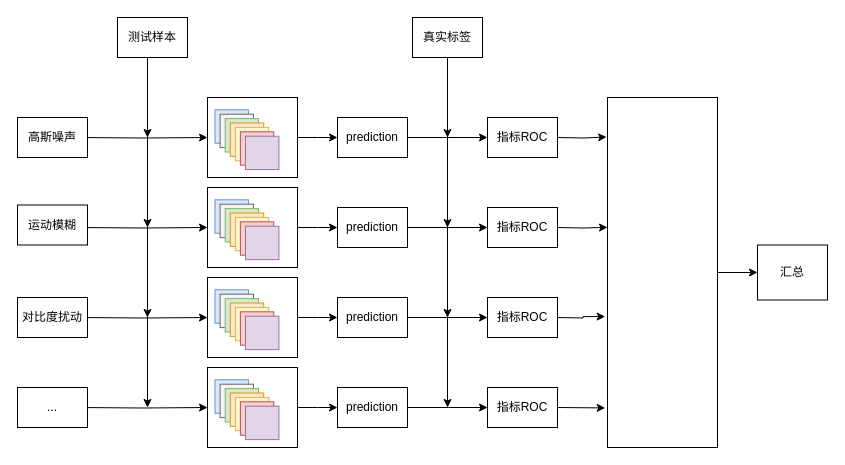
The draw.io diagram page "Page-4" (4 of 7) of draw.io/Untitled Diagram.drawio in Peiiii/notes, before the edit. Source tidied: cells renumbered, new cells numbered last; positions are measured from the earlier drawing's top-left corner, leaving out a move shared by most shapes. Both pictures are drawn from the tidied source at 100%, with x=0, y=0 at pixel (17, 17).
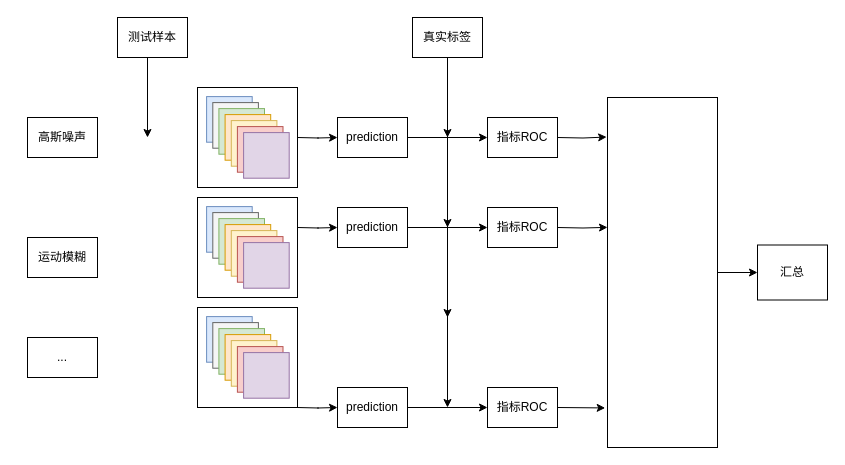
The same diagram, later.

The change refers to these unchanged cells:
```xml
<mxCell id="10" style="group;" parent="1" vertex="1">
  <mxGeometry x="190" y="80" width="350" height="80" as="geometry" />
</mxCell>
<mxCell id="54" style="group;" parent="1" vertex="1">
  <mxGeometry x="190" y="350" width="350" height="80" as="geometry" />
</mxCell>
<mxCell id="70" style="rounded=0;whiteSpace=wrap;html=1;fontSize=48;" parent="1" vertex="1">
  <mxGeometry x="590" y="80" width="110" height="350" as="geometry" />
</mxCell>
```

Change to the diagram source:
```diff
@@
-    <mxCell id="2" style="edgeStyle=orthogonalEdgeStyle;rounded=0;orthogonalLoop=1;jettySize=auto;html=1;exitX=0.5;exitY=1;exitDx=0;exitDy=0;fontSize=48;" parent="1" edge="1">
-      <mxGeometry relative="1" as="geometry">
-        <mxPoint x="130" y="40" as="sourcePoint" />
-        <mxPoint x="130" y="390" as="targetPoint" />
-      </mxGeometry>
-    </mxCell>
@@
-    <mxCell id="4" style="edgeStyle=orthogonalEdgeStyle;rounded=0;orthogonalLoop=1;jettySize=auto;html=1;exitX=0.5;exitY=1;exitDx=0;exitDy=0;fontSize=48;" parent="1" edge="1">
-      <mxGeometry relative="1" as="geometry">
-        <mxPoint x="130" y="40" as="sourcePoint" />
-        <mxPoint x="130" y="210" as="targetPoint" />
-      </mxGeometry>
-    </mxCell>
-    <mxCell id="5" style="edgeStyle=orthogonalEdgeStyle;rounded=0;orthogonalLoop=1;jettySize=auto;html=1;exitX=0.5;exitY=1;exitDx=0;exitDy=0;fontSize=48;" parent="1" edge="1">
-      <mxGeometry relative="1" as="geometry">
-        <mxPoint x="130" y="40" as="sourcePoint" />
-        <mxPoint x="130" y="300" as="targetPoint" />
-      </mxGeometry>
-    </mxCell>
-    <mxCell id="6" style="edgeStyle=orthogonalEdgeStyle;rounded=0;jettySize=auto;html=1;exitX=1;exitY=0.5;exitDx=0;exitDy=0;entryX=0;entryY=0.5;entryDx=0;entryDy=0;fontSize=48;" parent="1" edge="1" target="13">
-      <mxGeometry relative="1" as="geometry">
-        <mxPoint x="60" y="120" as="sourcePoint" />
-      </mxGeometry>
-    </mxCell>
-    <mxCell id="7" style="edgeStyle=orthogonalEdgeStyle;rounded=0;jettySize=auto;html=1;exitX=1;exitY=0.5;exitDx=0;exitDy=0;entryX=0;entryY=0.5;entryDx=0;entryDy=0;fontSize=48;" parent="1" edge="1" target="43">
-      <mxGeometry relative="1" as="geometry">
-        <mxPoint x="60" y="300" as="sourcePoint" />
-      </mxGeometry>
-    </mxCell>
-    <mxCell id="8" style="edgeStyle=orthogonalEdgeStyle;rounded=0;jettySize=auto;html=1;exitX=1;exitY=0.5;exitDx=0;exitDy=0;entryX=0;entryY=0.5;entryDx=0;entryDy=0;fontSize=48;" parent="1" edge="1" target="28">
-      <mxGeometry relative="1" as="geometry">
-        <mxPoint x="60" y="210" as="sourcePoint" />
-      </mxGeometry>
-    </mxCell>
-    <mxCell id="9" style="edgeStyle=orthogonalEdgeStyle;rounded=0;jettySize=auto;html=1;exitX=1;exitY=0.5;exitDx=0;exitDy=0;entryX=0;entryY=0.5;entryDx=0;entryDy=0;fontSize=48;" parent="1" edge="1" target="57">
-      <mxGeometry relative="1" as="geometry">
-        <mxPoint x="60" y="390" as="sourcePoint" />
-      </mxGeometry>
-    </mxCell>
@@
-    <mxCell id="12" style="group;" parent="10" vertex="1">
-      <mxGeometry width="90" height="80" as="geometry" />
-    </mxCell>
-    <mxCell id="13" style="rounded=0;whiteSpace=wrap;html=1;fontSize=48;" parent="12" vertex="1">
-      <mxGeometry width="90" height="80" as="geometry" />
-    </mxCell>
-    <mxCell id="14" style="group;" parent="12" vertex="1">
-      <mxGeometry x="7.5" y="12.3" width="71.2" height="61.5" as="geometry" />
-    </mxCell>
-    <mxCell id="15" style="whiteSpace=wrap;html=1;fontSize=48;fillColor=#dae8fc;strokeColor=#6c8ebf;" parent="14" vertex="1">
-      <mxGeometry width="33.4" height="33.4" as="geometry" />
-    </mxCell>
-    <mxCell id="16" style="whiteSpace=wrap;html=1;fontSize=48;fillColor=#f5f5f5;strokeColor=#666666;fontColor=#333333;" parent="14" vertex="1">
-      <mxGeometry x="5.1" y="4.4" width="33.4" height="33.4" as="geometry" />
-    </mxCell>
-    <mxCell id="17" style="whiteSpace=wrap;html=1;fontSize=48;fillColor=#d5e8d4;strokeColor=#82b366;" parent="14" vertex="1">
-      <mxGeometry x="10.2" y="8.8" width="33.4" height="33.4" as="geometry" />
-    </mxCell>
-    <mxCell id="18" style="whiteSpace=wrap;html=1;fontSize=48;fillColor=#ffe6cc;strokeColor=#d79b00;" parent="14" vertex="1">
-      <mxGeometry x="15.3" y="13.2" width="33.4" height="33.4" as="geometry" />
-    </mxCell>
-    <mxCell id="19" style="whiteSpace=wrap;html=1;fontSize=48;fillColor=#fff2cc;strokeColor=#d6b656;" parent="14" vertex="1">
-      <mxGeometry x="20.4" y="17.6" width="33.4" height="33.4" as="geometry" />
-    </mxCell>
-    <mxCell id="20" style="whiteSpace=wrap;html=1;fontSize=48;fillColor=#f8cecc;strokeColor=#b85450;" parent="14" vertex="1">
-      <mxGeometry x="25.4" y="22" width="33.4" height="33.4" as="geometry" />
-    </mxCell>
-    <mxCell id="21" style="whiteSpace=wrap;html=1;fontSize=48;fillColor=#e1d5e7;strokeColor=#9673a6;" parent="14" vertex="1">
-      <mxGeometry x="30.5" y="26.4" width="33.4" height="33.4" as="geometry" />
-    </mxCell>
-    <mxCell id="22" style="edgeStyle=orthogonalEdgeStyle;rounded=0;jettySize=auto;html=1;exitX=1;exitY=0.5;exitDx=0;exitDy=0;entryX=0;entryY=0.5;entryDx=0;entryDy=0;fontSize=48;" parent="10" edge="1" source="13">
+    <mxCell id="22" style="edgeStyle=orthogonalEdgeStyle;rounded=0;orthogonalLoop=1;jettySize=auto;html=1;exitX=1;exitY=0.5;exitDx=0;exitDy=0;entryX=0;entryY=0.5;entryDx=0;entryDy=0;fontSize=48;" parent="10" edge="1">
       <mxGeometry relative="1" as="geometry">
+        <mxPoint x="90" y="40" as="sourcePoint" />
         <mxPoint x="130" y="40" as="targetPoint" />
       </mxGeometry>
     </mxCell>
@@
     <mxCell id="25" style="group;" parent="1" vertex="1">
-      <mxGeometry x="190" y="170" width="350" height="80" as="geometry" />
+      <mxGeometry x="190" y="170" width="350" height="110" as="geometry" />
     </mxCell>
@@
-    <mxCell id="27" style="group;" parent="25" vertex="1">
-      <mxGeometry width="90" height="80" as="geometry" />
-    </mxCell>
-    <mxCell id="28" style="rounded=0;whiteSpace=wrap;html=1;fontSize=48;" parent="27" vertex="1">
-      <mxGeometry width="90" height="80" as="geometry" />
-    </mxCell>
-    <mxCell id="29" style="group;" parent="27" vertex="1">
-      <mxGeometry x="7.5" y="12.3" width="71.2" height="61.5" as="geometry" />
-    </mxCell>
-    <mxCell id="30" style="whiteSpace=wrap;html=1;fontSize=48;fillColor=#dae8fc;strokeColor=#6c8ebf;" parent="29" vertex="1">
-      <mxGeometry width="33.4" height="33.4" as="geometry" />
-    </mxCell>
-    <mxCell id="31" style="whiteSpace=wrap;html=1;fontSize=48;fillColor=#f5f5f5;strokeColor=#666666;fontColor=#333333;" parent="29" vertex="1">
-      <mxGeometry x="5.1" y="4.4" width="33.4" height="33.4" as="geometry" />
-    </mxCell>
-    <mxCell id="32" style="whiteSpace=wrap;html=1;fontSize=48;fillColor=#d5e8d4;strokeColor=#82b366;" parent="29" vertex="1">
-      <mxGeometry x="10.2" y="8.8" width="33.4" height="33.4" as="geometry" />
-    </mxCell>
-    <mxCell id="33" style="whiteSpace=wrap;html=1;fontSize=48;fillColor=#ffe6cc;strokeColor=#d79b00;" parent="29" vertex="1">
-      <mxGeometry x="15.3" y="13.2" width="33.4" height="33.4" as="geometry" />
-    </mxCell>
-    <mxCell id="34" style="whiteSpace=wrap;html=1;fontSize=48;fillColor=#fff2cc;strokeColor=#d6b656;" parent="29" vertex="1">
-      <mxGeometry x="20.4" y="17.6" width="33.4" height="33.4" as="geometry" />
-    </mxCell>
-    <mxCell id="35" style="whiteSpace=wrap;html=1;fontSize=48;fillColor=#f8cecc;strokeColor=#b85450;" parent="29" vertex="1">
-      <mxGeometry x="25.4" y="22" width="33.4" height="33.4" as="geometry" />
-    </mxCell>
-    <mxCell id="36" style="whiteSpace=wrap;html=1;fontSize=48;fillColor=#e1d5e7;strokeColor=#9673a6;" parent="29" vertex="1">
-      <mxGeometry x="30.5" y="26.4" width="33.4" height="33.4" as="geometry" />
-    </mxCell>
-    <mxCell id="37" style="edgeStyle=orthogonalEdgeStyle;rounded=0;jettySize=auto;html=1;exitX=1;exitY=0.5;exitDx=0;exitDy=0;entryX=0;entryY=0.5;entryDx=0;entryDy=0;fontSize=48;" parent="25" edge="1" source="28">
+    <mxCell id="37" style="edgeStyle=orthogonalEdgeStyle;rounded=0;orthogonalLoop=1;jettySize=auto;html=1;exitX=1;exitY=0.5;exitDx=0;exitDy=0;entryX=0;entryY=0.5;entryDx=0;entryDy=0;fontSize=48;" parent="25" edge="1">
       <mxGeometry relative="1" as="geometry">
+        <mxPoint x="90" y="40" as="sourcePoint" />
         <mxPoint x="130" y="40" as="targetPoint" />
       </mxGeometry>
     </mxCell>
@@
-    <mxCell id="40" style="group;" parent="1" vertex="1">
-      <mxGeometry x="190" y="260" width="300" height="80" as="geometry" />
-    </mxCell>
-    <mxCell id="41" style="edgeStyle=orthogonalEdgeStyle;rounded=0;orthogonalLoop=1;jettySize=auto;html=1;fontSize=48;" parent="40" edge="1">
-      <mxGeometry relative="1" as="geometry">
-        <mxPoint x="200" y="40" as="sourcePoint" />
-        <mxPoint x="280" y="40" as="targetPoint" />
-      </mxGeometry>
-    </mxCell>
-    <mxCell id="42" style="group;" parent="40" vertex="1">
-      <mxGeometry width="90" height="80" as="geometry" />
-    </mxCell>
-    <mxCell id="43" style="rounded=0;whiteSpace=wrap;html=1;fontSize=48;" parent="42" vertex="1">
-      <mxGeometry width="90" height="80" as="geometry" />
-    </mxCell>
-    <mxCell id="44" style="group;" parent="42" vertex="1">
-      <mxGeometry x="7.5" y="12.3" width="71.2" height="61.5" as="geometry" />
-    </mxCell>
-    <mxCell id="45" style="whiteSpace=wrap;html=1;fontSize=48;fillColor=#dae8fc;strokeColor=#6c8ebf;" parent="44" vertex="1">
-      <mxGeometry width="33.4" height="33.4" as="geometry" />
-    </mxCell>
-    <mxCell id="46" style="whiteSpace=wrap;html=1;fontSize=48;fillColor=#f5f5f5;strokeColor=#666666;fontColor=#333333;" parent="44" vertex="1">
-      <mxGeometry x="5.1" y="4.4" width="33.4" height="33.4" as="geometry" />
-    </mxCell>
-    <mxCell id="47" style="whiteSpace=wrap;html=1;fontSize=48;fillColor=#d5e8d4;strokeColor=#82b366;" parent="44" vertex="1">
-      <mxGeometry x="10.2" y="8.8" width="33.4" height="33.4" as="geometry" />
-    </mxCell>
-    <mxCell id="48" style="whiteSpace=wrap;html=1;fontSize=48;fillColor=#ffe6cc;strokeColor=#d79b00;" parent="44" vertex="1">
-      <mxGeometry x="15.3" y="13.2" width="33.4" height="33.4" as="geometry" />
-    </mxCell>
-    <mxCell id="49" style="whiteSpace=wrap;html=1;fontSize=48;fillColor=#fff2cc;strokeColor=#d6b656;" parent="44" vertex="1">
-      <mxGeometry x="20.4" y="17.6" width="33.4" height="33.4" as="geometry" />
-    </mxCell>
-    <mxCell id="50" style="whiteSpace=wrap;html=1;fontSize=48;fillColor=#f8cecc;strokeColor=#b85450;" parent="44" vertex="1">
-      <mxGeometry x="25.4" y="22" width="33.4" height="33.4" as="geometry" />
-    </mxCell>
-    <mxCell id="51" style="whiteSpace=wrap;html=1;fontSize=48;fillColor=#e1d5e7;strokeColor=#9673a6;" parent="44" vertex="1">
-      <mxGeometry x="30.5" y="26.4" width="33.4" height="33.4" as="geometry" />
-    </mxCell>
-    <mxCell id="52" style="edgeStyle=orthogonalEdgeStyle;rounded=0;jettySize=auto;html=1;exitX=1;exitY=0.5;exitDx=0;exitDy=0;entryX=0;entryY=0.5;entryDx=0;entryDy=0;fontSize=48;" parent="40" edge="1" source="43">
-      <mxGeometry relative="1" as="geometry">
-        <mxPoint x="130" y="40" as="targetPoint" />
-      </mxGeometry>
-    </mxCell>
-    <mxCell id="53" value="prediction" style="rounded=0;whiteSpace=wrap;html=1;" parent="40" vertex="1">
-      <mxGeometry x="130" y="20" width="70" height="40" as="geometry" />
-    </mxCell>
+    <mxCell id="88" style="group;" parent="25" vertex="1">
+      <mxGeometry x="-10" y="10" width="100" height="100" as="geometry" />
+    </mxCell>
+    <mxCell id="89" style="rounded=0;whiteSpace=wrap;html=1;fontSize=48;" parent="88" vertex="1">
+      <mxGeometry width="100" height="100" as="geometry" />
+    </mxCell>
+    <mxCell id="90" style="group;" parent="88" vertex="1">
+      <mxGeometry x="9.1" y="9.1" width="86.4" height="83.9" as="geometry" />
+    </mxCell>
+    <mxCell id="91" style="whiteSpace=wrap;html=1;fontSize=48;fillColor=#dae8fc;strokeColor=#6c8ebf;" parent="90" vertex="1">
+      <mxGeometry width="45.6" height="45.6" as="geometry" />
+    </mxCell>
+    <mxCell id="92" style="whiteSpace=wrap;html=1;fontSize=48;fillColor=#f5f5f5;strokeColor=#666666;fontColor=#333333;" parent="90" vertex="1">
+      <mxGeometry x="6.2" y="6" width="45.6" height="45.6" as="geometry" />
+    </mxCell>
+    <mxCell id="93" style="whiteSpace=wrap;html=1;fontSize=48;fillColor=#d5e8d4;strokeColor=#82b366;" parent="90" vertex="1">
+      <mxGeometry x="12.3" y="12" width="45.6" height="45.6" as="geometry" />
+    </mxCell>
+    <mxCell id="94" style="whiteSpace=wrap;html=1;fontSize=48;fillColor=#ffe6cc;strokeColor=#d79b00;" parent="90" vertex="1">
+      <mxGeometry x="18.5" y="18" width="45.6" height="45.6" as="geometry" />
+    </mxCell>
+    <mxCell id="95" style="whiteSpace=wrap;html=1;fontSize=48;fillColor=#fff2cc;strokeColor=#d6b656;" parent="90" vertex="1">
+      <mxGeometry x="24.7" y="24" width="45.6" height="45.6" as="geometry" />
+    </mxCell>
+    <mxCell id="96" style="whiteSpace=wrap;html=1;fontSize=48;fillColor=#f8cecc;strokeColor=#b85450;" parent="90" vertex="1">
+      <mxGeometry x="30.8" y="30" width="45.6" height="45.6" as="geometry" />
+    </mxCell>
+    <mxCell id="97" style="whiteSpace=wrap;html=1;fontSize=48;fillColor=#e1d5e7;strokeColor=#9673a6;" parent="90" vertex="1">
+      <mxGeometry x="37" y="36" width="45.6" height="45.6" as="geometry" />
+    </mxCell>
@@
-    <mxCell id="56" style="group;" parent="54" vertex="1">
-      <mxGeometry width="90" height="80" as="geometry" />
-    </mxCell>
-    <mxCell id="57" style="rounded=0;whiteSpace=wrap;html=1;fontSize=48;" parent="56" vertex="1">
-      <mxGeometry width="90" height="80" as="geometry" />
-    </mxCell>
-    <mxCell id="58" style="group;" parent="56" vertex="1">
-      <mxGeometry x="7.5" y="12.3" width="71.2" height="61.5" as="geometry" />
-    </mxCell>
-    <mxCell id="59" style="whiteSpace=wrap;html=1;fontSize=48;fillColor=#dae8fc;strokeColor=#6c8ebf;" parent="58" vertex="1">
-      <mxGeometry width="33.4" height="33.4" as="geometry" />
-    </mxCell>
-    <mxCell id="60" style="whiteSpace=wrap;html=1;fontSize=48;fillColor=#f5f5f5;strokeColor=#666666;fontColor=#333333;" parent="58" vertex="1">
-      <mxGeometry x="5.1" y="4.4" width="33.4" height="33.4" as="geometry" />
-    </mxCell>
-    <mxCell id="61" style="whiteSpace=wrap;html=1;fontSize=48;fillColor=#d5e8d4;strokeColor=#82b366;" parent="58" vertex="1">
-      <mxGeometry x="10.2" y="8.8" width="33.4" height="33.4" as="geometry" />
-    </mxCell>
-    <mxCell id="62" style="whiteSpace=wrap;html=1;fontSize=48;fillColor=#ffe6cc;strokeColor=#d79b00;" parent="58" vertex="1">
-      <mxGeometry x="15.3" y="13.2" width="33.4" height="33.4" as="geometry" />
-    </mxCell>
-    <mxCell id="63" style="whiteSpace=wrap;html=1;fontSize=48;fillColor=#fff2cc;strokeColor=#d6b656;" parent="58" vertex="1">
-      <mxGeometry x="20.4" y="17.6" width="33.4" height="33.4" as="geometry" />
-    </mxCell>
-    <mxCell id="64" style="whiteSpace=wrap;html=1;fontSize=48;fillColor=#f8cecc;strokeColor=#b85450;" parent="58" vertex="1">
-      <mxGeometry x="25.4" y="22" width="33.4" height="33.4" as="geometry" />
-    </mxCell>
-    <mxCell id="65" style="whiteSpace=wrap;html=1;fontSize=48;fillColor=#e1d5e7;strokeColor=#9673a6;" parent="58" vertex="1">
-      <mxGeometry x="30.5" y="26.4" width="33.4" height="33.4" as="geometry" />
-    </mxCell>
-    <mxCell id="66" style="edgeStyle=orthogonalEdgeStyle;rounded=0;jettySize=auto;html=1;exitX=1;exitY=0.5;exitDx=0;exitDy=0;entryX=0;entryY=0.5;entryDx=0;entryDy=0;fontSize=48;" parent="54" edge="1" source="57">
+    <mxCell id="66" style="edgeStyle=orthogonalEdgeStyle;rounded=0;orthogonalLoop=1;jettySize=auto;html=1;exitX=1;exitY=0.5;exitDx=0;exitDy=0;entryX=0;entryY=0.5;entryDx=0;entryDy=0;fontSize=48;" parent="54" edge="1">
       <mxGeometry relative="1" as="geometry">
+        <mxPoint x="90" y="40" as="sourcePoint" />
         <mxPoint x="130" y="40" as="targetPoint" />
       </mxGeometry>
     </mxCell>
@@
-    <mxCell id="73" style="edgeStyle=orthogonalEdgeStyle;rounded=0;jettySize=auto;html=1;exitX=1;exitY=0.5;exitDx=0;exitDy=0;entryX=-0.021;entryY=0.626;entryDx=0;entryDy=0;entryPerimeter=0;fontSize=48;" parent="1" edge="1" target="70">
-      <mxGeometry relative="1" as="geometry">
-        <mxPoint x="540" y="300" as="sourcePoint" />
-      </mxGeometry>
-    </mxCell>
@@
     <mxCell id="78" value="高斯噪声" style="rounded=0;whiteSpace=wrap;html=1;" parent="1" vertex="1">
-      <mxGeometry y="100" width="70" height="40" as="geometry" />
+      <mxGeometry x="10" y="100" width="70" height="40" as="geometry" />
     </mxCell>
     <mxCell id="79" value="运动模糊" style="rounded=0;whiteSpace=wrap;html=1;" parent="1" vertex="1">
-      <mxGeometry y="187.5" width="70" height="40" as="geometry" />
+      <mxGeometry x="10" y="220" width="70" height="40" as="geometry" />
     </mxCell>
-    <mxCell id="80" value="对比度扰动" style="rounded=0;whiteSpace=wrap;html=1;" parent="1" vertex="1">
-      <mxGeometry y="280" width="70" height="40" as="geometry" />
-    </mxCell>
     <mxCell id="81" value="..." style="rounded=0;whiteSpace=wrap;html=1;" parent="1" vertex="1">
-      <mxGeometry y="370" width="70" height="40" as="geometry" />
+      <mxGeometry x="10" y="320" width="70" height="40" as="geometry" />
     </mxCell>
@@
-    <mxCell id="87" value="指标ROC" style="rounded=0;whiteSpace=wrap;html=1;" parent="1" vertex="1">
-      <mxGeometry x="470" y="280" width="70" height="40" as="geometry" />
-    </mxCell>
+    <mxCell id="98" style="group;" parent="1" vertex="1">
+      <mxGeometry x="180" y="70" width="100" height="100" as="geometry" />
+    </mxCell>
+    <mxCell id="99" style="rounded=0;whiteSpace=wrap;html=1;fontSize=48;" parent="98" vertex="1">
+      <mxGeometry width="100" height="100" as="geometry" />
+    </mxCell>
+    <mxCell id="100" style="group;" parent="98" vertex="1">
+      <mxGeometry x="9.1" y="9.1" width="86.4" height="83.9" as="geometry" />
+    </mxCell>
+    <mxCell id="101" style="whiteSpace=wrap;html=1;fontSize=48;fillColor=#dae8fc;strokeColor=#6c8ebf;" parent="100" vertex="1">
+      <mxGeometry width="45.6" height="45.6" as="geometry" />
+    </mxCell>
+    <mxCell id="102" style="whiteSpace=wrap;html=1;fontSize=48;fillColor=#f5f5f5;strokeColor=#666666;fontColor=#333333;" parent="100" vertex="1">
+      <mxGeometry x="6.2" y="6" width="45.6" height="45.6" as="geometry" />
+    </mxCell>
+    <mxCell id="103" style="whiteSpace=wrap;html=1;fontSize=48;fillColor=#d5e8d4;strokeColor=#82b366;" parent="100" vertex="1">
+      <mxGeometry x="12.3" y="12" width="45.6" height="45.6" as="geometry" />
+    </mxCell>
+    <mxCell id="104" style="whiteSpace=wrap;html=1;fontSize=48;fillColor=#ffe6cc;strokeColor=#d79b00;" parent="100" vertex="1">
+      <mxGeometry x="18.5" y="18" width="45.6" height="45.6" as="geometry" />
+    </mxCell>
+    <mxCell id="105" style="whiteSpace=wrap;html=1;fontSize=48;fillColor=#fff2cc;strokeColor=#d6b656;" parent="100" vertex="1">
+      <mxGeometry x="24.7" y="24" width="45.6" height="45.6" as="geometry" />
+    </mxCell>
+    <mxCell id="106" style="whiteSpace=wrap;html=1;fontSize=48;fillColor=#f8cecc;strokeColor=#b85450;" parent="100" vertex="1">
+      <mxGeometry x="30.8" y="30" width="45.6" height="45.6" as="geometry" />
+    </mxCell>
+    <mxCell id="107" style="whiteSpace=wrap;html=1;fontSize=48;fillColor=#e1d5e7;strokeColor=#9673a6;" parent="100" vertex="1">
+      <mxGeometry x="37" y="36" width="45.6" height="45.6" as="geometry" />
+    </mxCell>
+    <mxCell id="108" style="group;" parent="1" vertex="1">
+      <mxGeometry x="180" y="290" width="100" height="100" as="geometry" />
+    </mxCell>
+    <mxCell id="109" style="rounded=0;whiteSpace=wrap;html=1;fontSize=48;" parent="108" vertex="1">
+      <mxGeometry width="100" height="100" as="geometry" />
+    </mxCell>
+    <mxCell id="110" style="group;" parent="108" vertex="1">
+      <mxGeometry x="9.1" y="9.1" width="86.4" height="83.9" as="geometry" />
+    </mxCell>
+    <mxCell id="111" style="whiteSpace=wrap;html=1;fontSize=48;fillColor=#dae8fc;strokeColor=#6c8ebf;" parent="110" vertex="1">
+      <mxGeometry width="45.6" height="45.6" as="geometry" />
+    </mxCell>
+    <mxCell id="112" style="whiteSpace=wrap;html=1;fontSize=48;fillColor=#f5f5f5;strokeColor=#666666;fontColor=#333333;" parent="110" vertex="1">
+      <mxGeometry x="6.2" y="6" width="45.6" height="45.6" as="geometry" />
+    </mxCell>
+    <mxCell id="113" style="whiteSpace=wrap;html=1;fontSize=48;fillColor=#d5e8d4;strokeColor=#82b366;" parent="110" vertex="1">
+      <mxGeometry x="12.3" y="12" width="45.6" height="45.6" as="geometry" />
+    </mxCell>
+    <mxCell id="114" style="whiteSpace=wrap;html=1;fontSize=48;fillColor=#ffe6cc;strokeColor=#d79b00;" parent="110" vertex="1">
+      <mxGeometry x="18.5" y="18" width="45.6" height="45.6" as="geometry" />
+    </mxCell>
+    <mxCell id="115" style="whiteSpace=wrap;html=1;fontSize=48;fillColor=#fff2cc;strokeColor=#d6b656;" parent="110" vertex="1">
+      <mxGeometry x="24.7" y="24" width="45.6" height="45.6" as="geometry" />
+    </mxCell>
+    <mxCell id="116" style="whiteSpace=wrap;html=1;fontSize=48;fillColor=#f8cecc;strokeColor=#b85450;" parent="110" vertex="1">
+      <mxGeometry x="30.8" y="30" width="45.6" height="45.6" as="geometry" />
+    </mxCell>
+    <mxCell id="117" style="whiteSpace=wrap;html=1;fontSize=48;fillColor=#e1d5e7;strokeColor=#9673a6;" parent="110" vertex="1">
+      <mxGeometry x="37" y="36" width="45.6" height="45.6" as="geometry" />
+    </mxCell>
```
